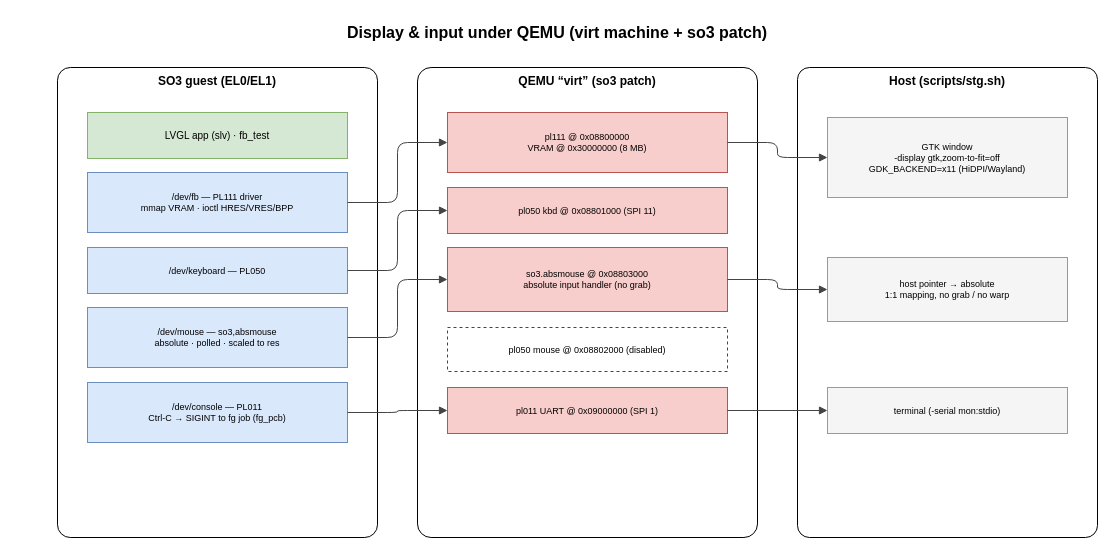
The draw.io diagram page "io" (11 of 11) of doc/source/img/so3.drawio in smartobjectoriented/so3, before the edit. Source tidied: cells renumbered, new cells numbered last; positions are measured from the earlier drawing's top-left corner, leaving out a move shared by most shapes. Both pictures are drawn from the tidied source at 100%, with x=0, y=0 at pixel (17, 17).
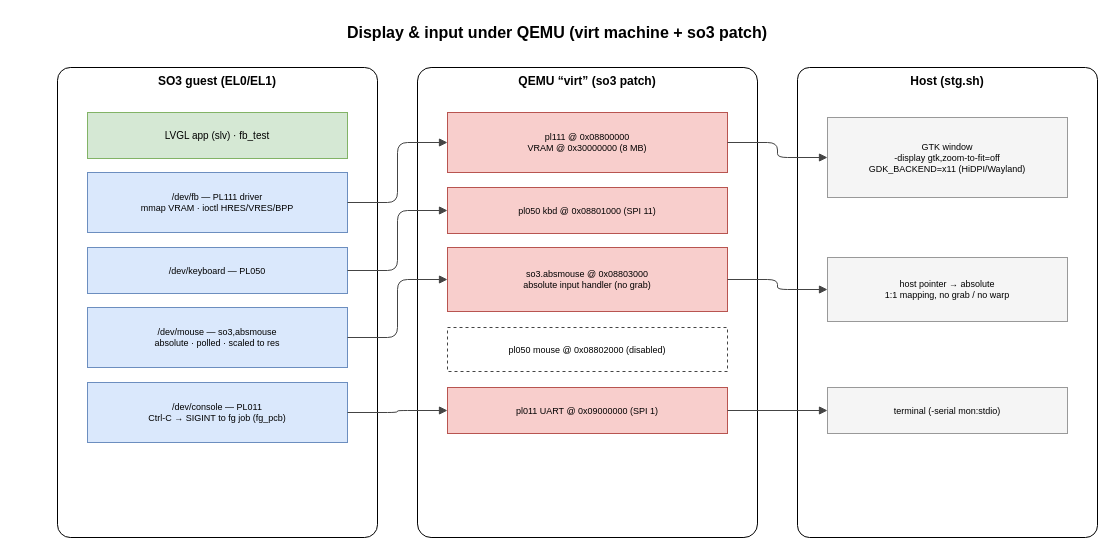
Above is the later version.

Diff of the diagram source:
```diff
@@
-    <mxCell id="15" value="Host  (scripts/stg.sh)" style="rounded=1;whiteSpace=wrap;html=1;arcSize=4;verticalAlign=top;fontStyle=1;fontSize=12;fontStyle=1;" parent="1" vertex="1">
+    <mxCell id="15" value="Host  (stg.sh)" style="rounded=1;whiteSpace=wrap;html=1;arcSize=4;verticalAlign=top;fontStyle=1;fontSize=12;fontStyle=1;" parent="1" vertex="1">
       <mxGeometry x="780" y="50" width="300" height="470" as="geometry" />
     </mxCell>
```
